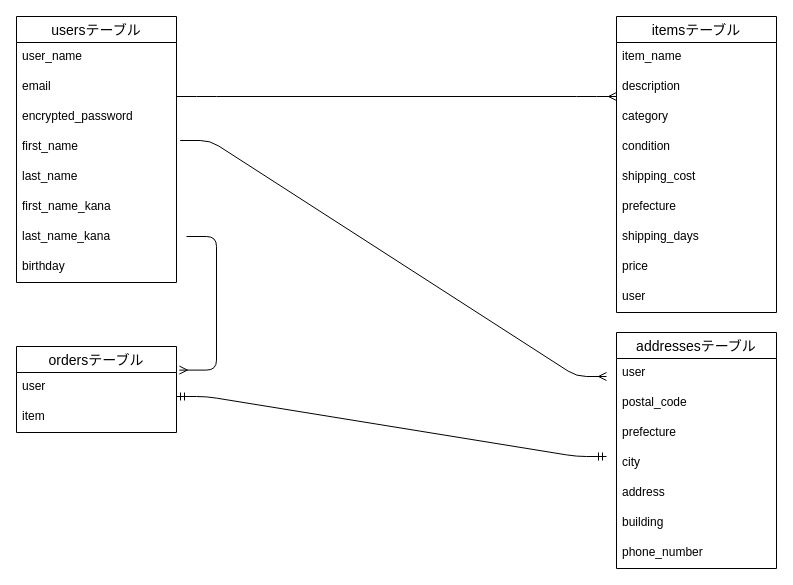
Before: ER.dio in jing929/furima-40599, a draw.io diagram. Source tidied: cells renumbered, new cells numbered last; positions are measured from the earlier drawing's top-left corner, leaving out a move shared by most shapes. Both pictures are drawn from the tidied source at 100%, with x=0, y=0 at pixel (16, 16).
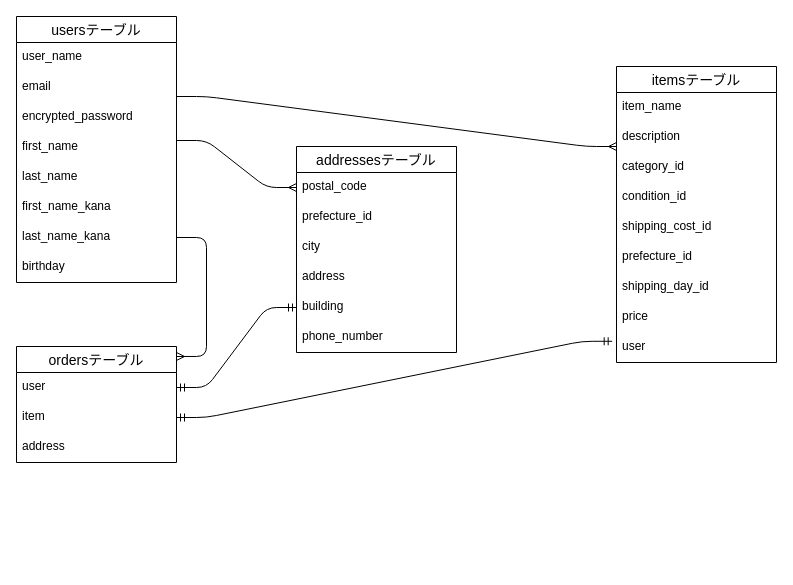
The same diagram, later.

The change refers to these unchanged cells:
```xml
<mxCell id="6" value="first_name" style="text;strokeColor=none;fillColor=none;spacingLeft=4;spacingRight=4;overflow=hidden;points=[[0,0.5],[1,0.5]];portConstraint=eastwest;fontSize=12;" parent="2" vertex="1">
  <mxGeometry y="116" width="160" height="30" as="geometry" />
</mxCell>
<mxCell id="9" value="last_name_kana" style="text;strokeColor=none;fillColor=none;spacingLeft=4;spacingRight=4;overflow=hidden;points=[[0,0.5],[1,0.5]];portConstraint=eastwest;fontSize=12;labelBackgroundColor=none;" parent="2" vertex="1">
  <mxGeometry y="206" width="160" height="30" as="geometry" />
</mxCell>
<mxCell id="20" value="user" style="text;strokeColor=none;fillColor=none;spacingLeft=4;spacingRight=4;overflow=hidden;points=[[0,0.5],[1,0.5]];portConstraint=eastwest;fontSize=12;labelBackgroundColor=none;" parent="11" vertex="1">
  <mxGeometry y="266" width="160" height="30" as="geometry" />
</mxCell>
<mxCell id="22" value="user" style="text;strokeColor=none;fillColor=none;spacingLeft=4;spacingRight=4;overflow=hidden;points=[[0,0.5],[1,0.5]];portConstraint=eastwest;fontSize=12;labelBackgroundColor=none;" parent="21" vertex="1">
  <mxGeometry y="26" width="160" height="30" as="geometry" />
</mxCell>
<mxCell id="23" value="item" style="text;strokeColor=none;fillColor=none;spacingLeft=4;spacingRight=4;overflow=hidden;points=[[0,0.5],[1,0.5]];portConstraint=eastwest;fontSize=12;labelBackgroundColor=none;" parent="21" vertex="1">
  <mxGeometry y="56" width="160" height="30" as="geometry" />
</mxCell>
```

What changed in the source:
```diff
@@
     <mxCell id="11" value="itemsテーブル" style="swimlane;fontStyle=0;horizontal=1;startSize=26;align=center;fontSize=14;labelBackgroundColor=none;fillColor=default;" parent="1" vertex="1">
-      <mxGeometry x="600" width="160" height="296" as="geometry" />
+      <mxGeometry x="600" y="50" width="160" height="296" as="geometry" />
     </mxCell>
@@
-    <mxCell id="14" value="category" style="text;strokeColor=none;fillColor=none;spacingLeft=4;spacingRight=4;overflow=hidden;fontSize=12;labelBackgroundColor=none;" parent="11" vertex="1">
+    <mxCell id="14" value="category_id" style="text;strokeColor=none;fillColor=none;spacingLeft=4;spacingRight=4;overflow=hidden;fontSize=12;labelBackgroundColor=none;" parent="11" vertex="1">
       <mxGeometry y="86" width="160" height="30" as="geometry" />
     </mxCell>
-    <mxCell id="15" value="condition" style="text;strokeColor=none;fillColor=none;spacingLeft=4;spacingRight=4;overflow=hidden;fontSize=12;labelBackgroundColor=none;" parent="11" vertex="1">
+    <mxCell id="15" value="condition_id" style="text;strokeColor=none;fillColor=none;spacingLeft=4;spacingRight=4;overflow=hidden;fontSize=12;labelBackgroundColor=none;" parent="11" vertex="1">
       <mxGeometry y="116" width="160" height="30" as="geometry" />
     </mxCell>
-    <mxCell id="16" value="shipping_cost" style="text;strokeColor=none;fillColor=none;spacingLeft=4;spacingRight=4;overflow=hidden;fontSize=12;labelBackgroundColor=none;" parent="11" vertex="1">
+    <mxCell id="16" value="shipping_cost_id" style="text;strokeColor=none;fillColor=none;spacingLeft=4;spacingRight=4;overflow=hidden;fontSize=12;labelBackgroundColor=none;" parent="11" vertex="1">
       <mxGeometry y="146" width="160" height="30" as="geometry" />
     </mxCell>
-    <mxCell id="17" value="prefecture" style="text;strokeColor=none;fillColor=none;spacingLeft=4;spacingRight=4;overflow=hidden;fontSize=12;labelBackgroundColor=none;" parent="11" vertex="1">
+    <mxCell id="17" value="prefecture_id" style="text;strokeColor=none;fillColor=none;spacingLeft=4;spacingRight=4;overflow=hidden;fontSize=12;labelBackgroundColor=none;" parent="11" vertex="1">
       <mxGeometry y="176" width="160" height="30" as="geometry" />
     </mxCell>
-    <mxCell id="18" value="shipping_days" style="text;strokeColor=none;fillColor=none;spacingLeft=4;spacingRight=4;overflow=hidden;fontSize=12;labelBackgroundColor=none;" parent="11" vertex="1">
+    <mxCell id="18" value="shipping_day_id" style="text;strokeColor=none;fillColor=none;spacingLeft=4;spacingRight=4;overflow=hidden;fontSize=12;labelBackgroundColor=none;" parent="11" vertex="1">
       <mxGeometry y="206" width="160" height="30" as="geometry" />
     </mxCell>
@@
     <mxCell id="21" value="ordersテーブル" style="swimlane;fontStyle=0;horizontal=1;startSize=26;align=center;fontSize=14;labelBackgroundColor=none;fillColor=default;" parent="1" vertex="1">
-      <mxGeometry y="330" width="160" height="86" as="geometry" />
+      <mxGeometry y="330" width="160" height="116" as="geometry" />
     </mxCell>
@@
+    <mxCell id="36" value="address" style="text;strokeColor=none;fillColor=none;spacingLeft=4;spacingRight=4;overflow=hidden;fontSize=12;labelBackgroundColor=none;" parent="21" vertex="1">
+      <mxGeometry y="86" width="160" height="30" as="geometry" />
+    </mxCell>
     <mxCell id="24" value="addressesテーブル" style="swimlane;fontStyle=0;horizontal=1;startSize=26;align=center;fontSize=14;labelBackgroundColor=none;fillColor=default;" parent="1" vertex="1">
-      <mxGeometry x="600" y="316" width="160" height="236" as="geometry" />
+      <mxGeometry x="280" y="130" width="160" height="206" as="geometry" />
     </mxCell>
-    <mxCell id="25" value="user" style="text;strokeColor=none;fillColor=none;spacingLeft=4;spacingRight=4;overflow=hidden;fontSize=12;labelBackgroundColor=none;" parent="24" vertex="1">
-      <mxGeometry y="26" width="160" height="30" as="geometry" />
-    </mxCell>
     <mxCell id="26" value="postal_code" style="text;strokeColor=none;fillColor=none;spacingLeft=4;spacingRight=4;overflow=hidden;points=[[0,0.5],[1,0.5]];portConstraint=eastwest;fontSize=12;labelBackgroundColor=none;" parent="24" vertex="1">
-      <mxGeometry y="56" width="160" height="30" as="geometry" />
+      <mxGeometry y="26" width="160" height="30" as="geometry" />
     </mxCell>
-    <mxCell id="27" value="prefecture" style="text;strokeColor=none;fillColor=none;spacingLeft=4;spacingRight=4;overflow=hidden;fontSize=12;labelBackgroundColor=none;" parent="24" vertex="1">
-      <mxGeometry y="86" width="160" height="30" as="geometry" />
+    <mxCell id="27" value="prefecture_id" style="text;strokeColor=none;fillColor=none;spacingLeft=4;spacingRight=4;overflow=hidden;fontSize=12;labelBackgroundColor=none;" parent="24" vertex="1">
+      <mxGeometry y="56" width="160" height="30" as="geometry" />
     </mxCell>
     <mxCell id="28" value="city" style="text;strokeColor=none;fillColor=none;spacingLeft=4;spacingRight=4;overflow=hidden;fontSize=12;labelBackgroundColor=none;" parent="24" vertex="1">
-      <mxGeometry y="116" width="160" height="30" as="geometry" />
+      <mxGeometry y="86" width="160" height="30" as="geometry" />
     </mxCell>
     <mxCell id="29" value="address" style="text;strokeColor=none;fillColor=none;spacingLeft=4;spacingRight=4;overflow=hidden;fontSize=12;labelBackgroundColor=none;" parent="24" vertex="1">
-      <mxGeometry y="146" width="160" height="30" as="geometry" />
+      <mxGeometry y="116" width="160" height="30" as="geometry" />
     </mxCell>
     <mxCell id="30" value="building" style="text;strokeColor=none;fillColor=none;spacingLeft=4;spacingRight=4;overflow=hidden;points=[[0,0.5],[1,0.5]];portConstraint=eastwest;fontSize=12;labelBackgroundColor=none;" parent="24" vertex="1">
-      <mxGeometry y="176" width="160" height="30" as="geometry" />
+      <mxGeometry y="146" width="160" height="30" as="geometry" />
     </mxCell>
     <mxCell id="31" value="phone_number" style="text;strokeColor=none;fillColor=none;spacingLeft=4;spacingRight=4;overflow=hidden;fontSize=12;labelBackgroundColor=none;" parent="24" vertex="1">
-      <mxGeometry y="206" width="160" height="30" as="geometry" />
+      <mxGeometry y="176" width="160" height="30" as="geometry" />
     </mxCell>
@@
-    <mxCell id="33" style="edgeStyle=entityRelationEdgeStyle;fontSize=12;html=1;endArrow=ERmany;entryX=1.018;entryY=-0.08;entryDx=0;entryDy=0;entryPerimeter=0;" parent="1" edge="1" target="22">
-      <mxGeometry relative="1" as="geometry">
-        <mxPoint x="170" y="220" as="sourcePoint" />
-      </mxGeometry>
+    <mxCell id="33" style="edgeStyle=entityRelationEdgeStyle;fontSize=12;html=1;endArrow=ERmany;entryX=1;entryY=0.086;entryDx=0;entryDy=0;exitX=1;exitY=0.5;exitDx=0;exitDy=0;entryPerimeter=0;" parent="1" edge="1" source="9" target="21">
+      <mxGeometry relative="1" as="geometry" />
     </mxCell>
-    <mxCell id="34" style="edgeStyle=entityRelationEdgeStyle;fontSize=12;html=1;endArrow=ERmany;exitX=1.023;exitY=0.267;exitDx=0;exitDy=0;exitPerimeter=0;" parent="1" edge="1" source="6">
+    <mxCell id="34" style="edgeStyle=entityRelationEdgeStyle;fontSize=12;html=1;endArrow=ERmany;entryX=0;entryY=0.5;entryDx=0;entryDy=0;" parent="1" edge="1" target="26">
       <mxGeometry relative="1" as="geometry">
-        <mxPoint x="590" y="360" as="targetPoint" />
+        <mxPoint x="160" y="124" as="sourcePoint" />
       </mxGeometry>
     </mxCell>
-    <mxCell id="35" style="edgeStyle=entityRelationEdgeStyle;fontSize=12;html=1;endArrow=ERmandOne;startArrow=ERmandOne;exitX=1;exitY=0.8;exitDx=0;exitDy=0;exitPerimeter=0;" parent="1" edge="1" source="22">
-      <mxGeometry relative="1" as="geometry">
-        <mxPoint x="590" y="440" as="targetPoint" />
-      </mxGeometry>
+    <mxCell id="35" style="edgeStyle=entityRelationEdgeStyle;fontSize=12;html=1;endArrow=ERmandOne;startArrow=ERmandOne;entryX=0;entryY=0.5;entryDx=0;entryDy=0;exitX=1;exitY=0.5;exitDx=0;exitDy=0;" parent="1" edge="1" source="22" target="30">
+      <mxGeometry relative="1" as="geometry" />
     </mxCell>
+    <mxCell id="37" style="edgeStyle=entityRelationEdgeStyle;fontSize=12;html=1;endArrow=ERmandOne;startArrow=ERmandOne;entryX=-0.027;entryY=0.293;entryDx=0;entryDy=0;entryPerimeter=0;exitX=1;exitY=0.5;exitDx=0;exitDy=0;" parent="1" edge="1" source="23" target="20">
+      <mxGeometry relative="1" as="geometry" />
+    </mxCell>
```
